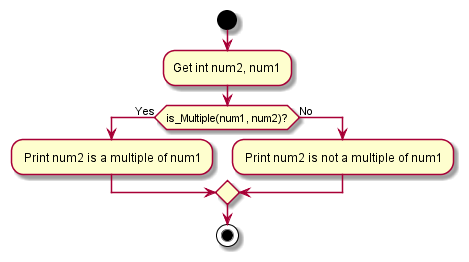
Above: assets/Multiple-of-Two-Numbers.png in Pranau-R/Multiple-of-Two-Numbers (PlantUML), before the change.
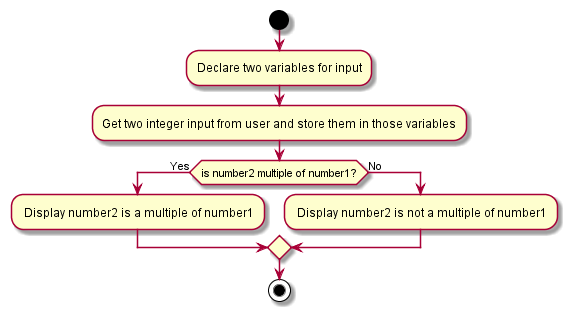
After the change.

The edit, as a diff of the source:
```diff
@@ -1,11 +1,12 @@
 @startuml
 
 start
-:Get int num2, num1;
-if(is_Multiple(num1, num2)?) then (Yes)
-: Print num2 is a multiple of num1;
+:Declare two variables for input;
+:Get two integer input from user and store them in those variables;
+if(is number2 multiple of number1?) then (Yes)
+: Display number2 is a multiple of number1;
 else (No)
-: Print num2 is not a multiple of num1;
+: Display number2 is not a multiple of number1;
 endif
 stop
 
```
